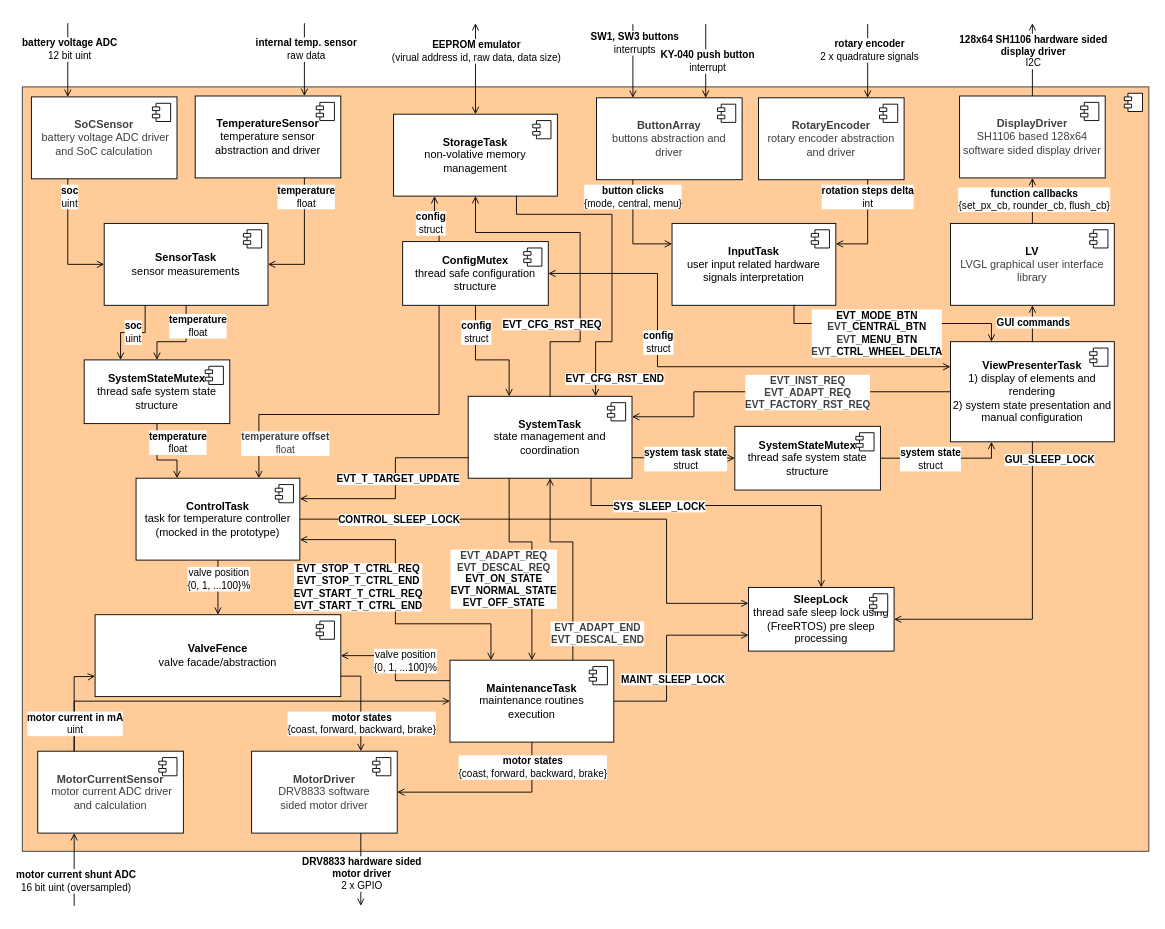
MiraTherm/miratherm-radiator-thermostat-documentation keeps this draw.io diagram as software/diagrams/mt-rt-sw-architecture.drawio. Above is the earlier version. Source tidied: cells renumbered, new cells numbered last; positions are measured from the earlier drawing's top-left corner, leaving out a move shared by most shapes. Both pictures are drawn from the tidied source at 91%, with x=0, y=0 at pixel (22, 23).
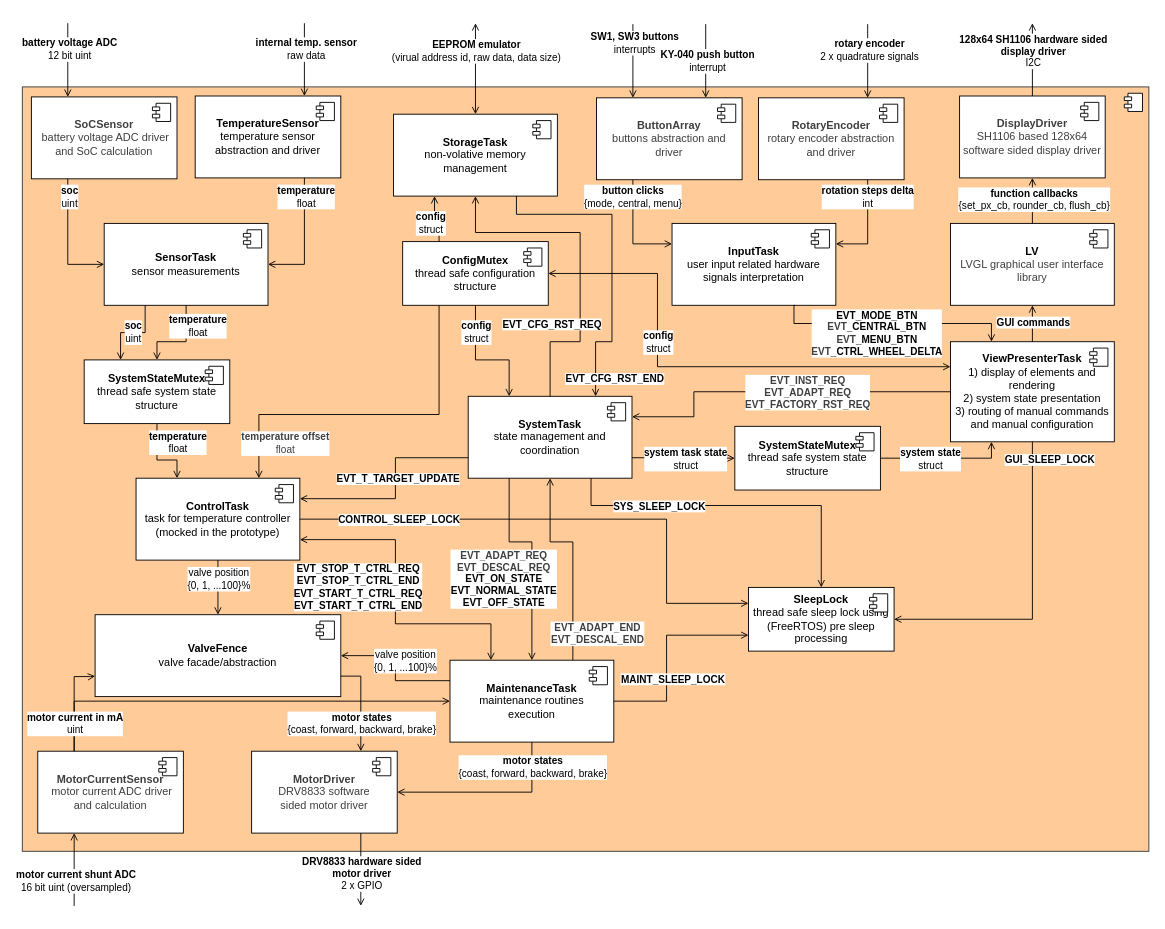
The same page after the edit.

Commit message:
:memo: Amend ViewPresenterTask description

Change to the diagram source:
```diff
@@
-    <mxCell id="6" value="&lt;b&gt;ViewPresenterTask&lt;/b&gt;&lt;br&gt;1) display of elements and &lt;br&gt;rendering&lt;br&gt;2) system state presentation and manual configuration" style="html=1;whiteSpace=wrap;" parent="1" vertex="1">
+    <mxCell id="6" value="&lt;b&gt;ViewPresenterTask&lt;/b&gt;&lt;br&gt;1) display of elements and &lt;br&gt;rendering&lt;br&gt;2) system state presentation&lt;div&gt;3) routing of manual commands and manual configuration&lt;/div&gt;" style="html=1;whiteSpace=wrap;" parent="1" vertex="1">
       <mxGeometry x="1020" y="350" width="180" height="110" as="geometry" />
     </mxCell>
```
